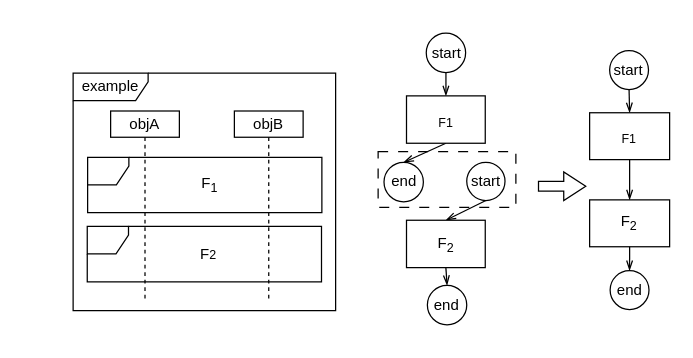
The draw.io diagram seq.drawio in ShiYufei0708/draw, before the edit. Source tidied: cells renumbered, new cells numbered last; positions are measured from the earlier drawing's top-left corner, leaving out a move shared by most shapes. Both pictures are drawn from the tidied source at 125%, with x=0, y=0 at pixel (72, 32).
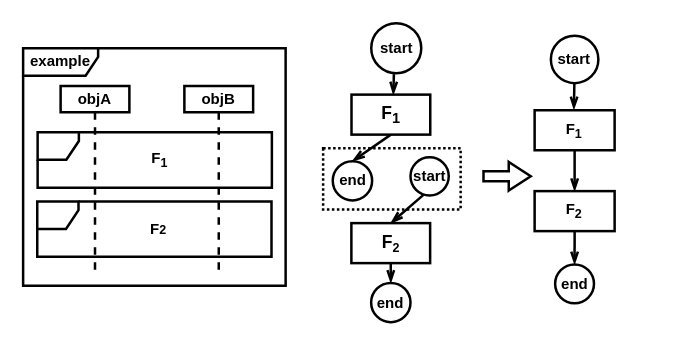
After the change.

Change to the diagram source:
```diff
@@
-    <mxCell id="2" style="html=1;shadow=0;dashed=0;align=center;verticalAlign=middle;shape=mxgraph.arrows2.arrow;dy=0.66;dx=17.61;notch=0;" parent="1" vertex="1">
-      <mxGeometry x="372.3" y="111" width="37.8" height="23" as="geometry" />
+    <mxCell id="2" style="html=1;shadow=0;dashed=0;align=center;verticalAlign=middle;shape=mxgraph.arrows2.arrow;dy=0.66;dx=17.61;notch=0;fontStyle=1;strokeWidth=2;" parent="1" vertex="1">
+      <mxGeometry x="328.3" y="103" width="37.8" height="23" as="geometry" />
     </mxCell>
-    <mxCell id="3" style="group;" parent="1" vertex="1">
-      <mxGeometry y="32" width="210" height="190" as="geometry" />
+    <mxCell id="3" style="group;fontStyle=1;strokeWidth=2;" parent="1" vertex="1">
+      <mxGeometry x="-40" y="12" width="210" height="190" as="geometry" />
     </mxCell>
-    <mxCell id="4" value="objA" style="shape=umlLifeline;perimeter=lifelinePerimeter;whiteSpace=wrap;html=1;newEdgeStyle={&quot;curved&quot;:0,&quot;rounded&quot;:0};size=21;" parent="3" vertex="1">
+    <mxCell id="4" value="objA" style="shape=umlLifeline;perimeter=lifelinePerimeter;whiteSpace=wrap;html=1;newEdgeStyle={&quot;curved&quot;:0,&quot;rounded&quot;:0};size=21;fontStyle=1;strokeWidth=2;" parent="3" vertex="1">
       <mxGeometry x="30" y="30.3" width="55" height="150" as="geometry" />
     </mxCell>
-    <mxCell id="5" style="shape=umlFrame;whiteSpace=wrap;html=1;width=33;height=22;" parent="3" vertex="1">
+    <mxCell id="5" style="shape=umlFrame;whiteSpace=wrap;html=1;width=33;height=22;fontStyle=1;strokeWidth=2;" parent="3" vertex="1">
       <mxGeometry x="11.6" y="67.3" width="187.4" height="44.3" as="geometry" />
     </mxCell>
-    <mxCell id="6" value="example" style="shape=umlFrame;whiteSpace=wrap;html=1;width=60;height=22;" parent="3" vertex="1">
+    <mxCell id="6" value="example" style="shape=umlFrame;whiteSpace=wrap;html=1;width=60;height=22;fontStyle=1;strokeWidth=2;" parent="3" vertex="1">
       <mxGeometry width="210" height="190" as="geometry" />
     </mxCell>
-    <mxCell id="7" value="F&lt;sub&gt;1&lt;/sub&gt;" style="text;html=1;align=center;verticalAlign=middle;strokeColor=none;fillColor=none;" parent="3" vertex="1">
+    <mxCell id="7" value="&lt;span&gt;F&lt;sub&gt;1&lt;/sub&gt;&lt;/span&gt;" style="text;html=1;align=center;verticalAlign=middle;strokeColor=none;fillColor=none;fontStyle=1;strokeWidth=2;" parent="3" vertex="1">
       <mxGeometry x="93" y="74.9" width="31" height="29" as="geometry" />
     </mxCell>
-    <mxCell id="8" value="objB" style="shape=umlLifeline;perimeter=lifelinePerimeter;whiteSpace=wrap;html=1;newEdgeStyle={&quot;curved&quot;:0,&quot;rounded&quot;:0};size=21;" parent="3" vertex="1">
+    <mxCell id="8" value="objB" style="shape=umlLifeline;perimeter=lifelinePerimeter;whiteSpace=wrap;html=1;newEdgeStyle={&quot;curved&quot;:0,&quot;rounded&quot;:0};size=21;fontStyle=1;strokeWidth=2;" parent="3" vertex="1">
       <mxGeometry x="129" y="30.3" width="55" height="150.9" as="geometry" />
     </mxCell>
-    <mxCell id="9" style="shape=umlFrame;whiteSpace=wrap;html=1;width=33;height=22;" parent="3" vertex="1">
+    <mxCell id="9" style="shape=umlFrame;whiteSpace=wrap;html=1;width=33;height=22;fontStyle=1;strokeWidth=2;" parent="3" vertex="1">
       <mxGeometry x="11.3" y="122.6" width="187.4" height="44.3" as="geometry" />
     </mxCell>
-    <mxCell id="10" value="F&lt;span style=&quot;font-size: 10px;&quot;&gt;2&lt;/span&gt;" style="text;html=1;align=center;verticalAlign=middle;strokeColor=none;fillColor=none;" parent="3" vertex="1">
+    <mxCell id="10" value="&lt;span&gt;F&lt;span style=&quot;font-size: 10px;&quot;&gt;2&lt;/span&gt;&lt;/span&gt;" style="text;html=1;align=center;verticalAlign=middle;strokeColor=none;fillColor=none;fontStyle=1;strokeWidth=2;" parent="3" vertex="1">
       <mxGeometry x="92.7" y="132.2" width="31" height="26" as="geometry" />
     </mxCell>
-    <mxCell id="11" style="group;" parent="1" vertex="1">
-      <mxGeometry x="244" width="110.2" height="235" as="geometry" />
+    <mxCell id="11" style="group;fontStyle=1;strokeWidth=2;dashed=1;" parent="1" vertex="1">
+      <mxGeometry x="200" y="-8" width="110.2" height="235" as="geometry" />
     </mxCell>
-    <mxCell id="12" style="rounded=0;whiteSpace=wrap;html=1;dashed=1;dashPattern=8 8;" parent="11" vertex="1">
-      <mxGeometry y="94.8" width="110.2" height="44.5" as="geometry" />
+    <mxCell id="12" style="rounded=0;whiteSpace=wrap;html=1;dashed=1;dashPattern=1 1;fontStyle=1;strokeWidth=2;" parent="11" vertex="1">
+      <mxGeometry y="100" width="110" height="49" as="geometry" />
     </mxCell>
-    <mxCell id="13" style="rounded=0;jettySize=auto;html=1;exitX=0.5;exitY=1;exitDx=0;exitDy=0;endArrow=openThin;endFill=0;" parent="11" edge="1" source="15" target="18">
+    <mxCell id="13" style="rounded=0;jettySize=auto;html=1;exitX=0.453;exitY=1.02;exitDx=0;exitDy=0;endArrow=openThin;endFill=0;fontStyle=1;strokeWidth=2;exitPerimeter=0;entryX=0.531;entryY=-0.004;entryDx=0;entryDy=0;entryPerimeter=0;" parent="11" edge="1" source="15" target="18">
       <mxGeometry relative="1" as="geometry" />
     </mxCell>
-    <mxCell id="14" style="rounded=0;jettySize=auto;html=1;exitX=0.5;exitY=1;exitDx=0;exitDy=0;entryX=0.5;entryY=0;entryDx=0;entryDy=0;endArrow=openThin;endFill=0;" parent="11" edge="1" source="21" target="19">
+    <mxCell id="14" style="rounded=0;jettySize=auto;html=1;exitX=0.339;exitY=0.983;exitDx=0;exitDy=0;entryX=0.5;entryY=0;entryDx=0;entryDy=0;endArrow=openThin;endFill=0;fontStyle=1;strokeWidth=2;exitPerimeter=0;" parent="11" edge="1" source="21" target="19">
       <mxGeometry relative="1" as="geometry" />
     </mxCell>
-    <mxCell id="15" value="start" style="ellipse;whiteSpace=wrap;html=1;" parent="11" vertex="1">
-      <mxGeometry x="38.5" width="31.5" height="31.5" as="geometry" />
+    <mxCell id="15" value="start" style="ellipse;whiteSpace=wrap;html=1;fontStyle=1;strokeWidth=2;" parent="11" vertex="1">
+      <mxGeometry x="38.5" width="40" height="40" as="geometry" />
     </mxCell>
-    <mxCell id="16" value="end" style="ellipse;whiteSpace=wrap;html=1;" parent="11" vertex="1">
-      <mxGeometry x="4.7" y="103.4" width="31.5" height="31.5" as="geometry" />
+    <mxCell id="16" value="end" style="ellipse;whiteSpace=wrap;html=1;fontStyle=1;strokeWidth=2;" parent="11" vertex="1">
+      <mxGeometry x="7.7" y="110.4" width="31.5" height="31.5" as="geometry" />
     </mxCell>
-    <mxCell id="17" style="rounded=0;jettySize=auto;html=1;exitX=0.5;exitY=1;exitDx=0;exitDy=0;entryX=0.5;entryY=0;entryDx=0;entryDy=0;endArrow=openThin;endFill=0;" parent="11" edge="1" source="18" target="16">
+    <mxCell id="17" style="rounded=0;jettySize=auto;html=1;exitX=0.5;exitY=1;exitDx=0;exitDy=0;entryX=0.5;entryY=0;entryDx=0;entryDy=0;endArrow=openThin;endFill=0;fontStyle=1;strokeWidth=2;" parent="11" edge="1" source="18" target="16">
       <mxGeometry relative="1" as="geometry" />
     </mxCell>
-    <mxCell id="18" value="&lt;sub&gt;F1&lt;/sub&gt;" style="rounded=0;whiteSpace=wrap;html=1;" parent="11" vertex="1">
-      <mxGeometry x="22.7" y="50.2" width="63" height="37.9" as="geometry" />
+    <mxCell id="18" value="&lt;font style=&quot;font-size: 14px;&quot;&gt;F&lt;sub&gt;1&lt;/sub&gt;&lt;/font&gt;" style="rounded=0;whiteSpace=wrap;html=1;fontStyle=1;strokeWidth=2;" parent="11" vertex="1">
+      <mxGeometry x="22.7" y="57.2" width="63" height="32" as="geometry" />
     </mxCell>
-    <mxCell id="19" value="F&lt;sub&gt;2&lt;/sub&gt;" style="rounded=0;whiteSpace=wrap;html=1;" parent="11" vertex="1">
-      <mxGeometry x="22.7" y="149.7" width="63" height="37.9" as="geometry" />
+    <mxCell id="19" value="&lt;font style=&quot;font-size: 14px;&quot;&gt;F&lt;/font&gt;&lt;sub&gt;2&lt;/sub&gt;" style="rounded=0;whiteSpace=wrap;html=1;fontStyle=1;strokeWidth=2;" parent="11" vertex="1">
+      <mxGeometry x="22.6" y="160" width="63" height="32" as="geometry" />
     </mxCell>
-    <mxCell id="20" style="rounded=0;jettySize=auto;html=1;exitX=0.5;exitY=1;exitDx=0;exitDy=0;entryX=0.5;entryY=0;entryDx=0;entryDy=0;endArrow=openThin;endFill=0;" parent="11" edge="1" source="19" target="22">
+    <mxCell id="20" style="rounded=0;jettySize=auto;html=1;exitX=0.5;exitY=1;exitDx=0;exitDy=0;entryX=0.5;entryY=0;entryDx=0;entryDy=0;endArrow=openThin;endFill=0;fontStyle=1;strokeWidth=2;" parent="11" edge="1" source="19" target="22">
       <mxGeometry relative="1" as="geometry" />
     </mxCell>
-    <mxCell id="21" value="start" style="ellipse;whiteSpace=wrap;html=1;" parent="11" vertex="1">
-      <mxGeometry x="70.9" y="103.3" width="30.6" height="30.6" as="geometry" />
+    <mxCell id="21" value="start" style="ellipse;whiteSpace=wrap;html=1;fontStyle=1;strokeWidth=2;" parent="11" vertex="1">
+      <mxGeometry x="69.9" y="107.3" width="30.6" height="30.6" as="geometry" />
     </mxCell>
-    <mxCell id="22" value="end" style="ellipse;whiteSpace=wrap;html=1;" parent="11" vertex="1">
-      <mxGeometry x="39.4" y="201.8" width="31.5" height="31.5" as="geometry" />
+    <mxCell id="22" value="end" style="ellipse;whiteSpace=wrap;html=1;fontStyle=1;strokeWidth=2;" parent="11" vertex="1">
+      <mxGeometry x="38.4" y="207.8" width="31.5" height="31.5" as="geometry" />
     </mxCell>
-    <mxCell id="23" style="group;" parent="1" vertex="1">
-      <mxGeometry x="413.2" width="64" height="242" as="geometry" />
+    <mxCell id="23" style="group;fontStyle=1;strokeWidth=2;" parent="1" vertex="1">
+      <mxGeometry x="369.2" y="-7" width="64" height="242" as="geometry" />
     </mxCell>
-    <mxCell id="24" style="rounded=0;jettySize=auto;html=1;exitX=0.5;exitY=1;exitDx=0;exitDy=0;entryX=0.5;entryY=0;entryDx=0;entryDy=0;endArrow=openThin;endFill=0;" parent="23" edge="1" source="25" target="27">
-      <mxGeometry relative="1" as="geometry" />
+    <mxCell id="24" style="rounded=0;orthogonalLoop=1;jettySize=auto;html=1;endArrow=openThin;endFill=0;entryX=0.491;entryY=-0.005;entryDx=0;entryDy=0;entryPerimeter=0;fontStyle=1;strokeWidth=2;endSize=6;" parent="23" edge="1">
+      <mxGeometry relative="1" as="geometry">
+        <mxPoint x="31.8" y="47" as="sourcePoint" />
+        <mxPoint x="31.4" y="68" as="targetPoint" />
+      </mxGeometry>
     </mxCell>
-    <mxCell id="25" value="start" style="ellipse;whiteSpace=wrap;html=1;" parent="23" vertex="1">
-      <mxGeometry x="16" y="14" width="31.1" height="31.1" as="geometry" />
+    <mxCell id="25" value="start" style="ellipse;whiteSpace=wrap;html=1;fontStyle=1;strokeWidth=2;" parent="23" vertex="1">
+      <mxGeometry x="13" y="9" width="38" height="38" as="geometry" />
     </mxCell>
-    <mxCell id="26" style="rounded=0;jettySize=auto;html=1;entryX=0.5;entryY=0;entryDx=0;entryDy=0;endArrow=openThin;endFill=0;" parent="23" edge="1" source="27" target="28">
+    <mxCell id="26" style="rounded=0;jettySize=auto;html=1;entryX=0.5;entryY=0;entryDx=0;entryDy=0;endArrow=openThin;endFill=0;fontStyle=1;strokeWidth=2;" parent="23" edge="1" source="27" target="28">
       <mxGeometry relative="1" as="geometry" />
     </mxCell>
-    <mxCell id="27" value="&lt;sub&gt;F1&lt;/sub&gt;" style="rounded=0;whiteSpace=wrap;html=1;" parent="23" vertex="1">
-      <mxGeometry y="63.7" width="64" height="37.5" as="geometry" />
+    <mxCell id="27" value="&lt;span style=&quot;&quot;&gt;F&lt;sub&gt;1&lt;/sub&gt;&lt;/span&gt;" style="rounded=0;whiteSpace=wrap;html=1;fontStyle=1;strokeWidth=2;align=center;" parent="23" vertex="1">
+      <mxGeometry y="68.7" width="64" height="32" as="geometry" />
     </mxCell>
-    <mxCell id="28" value="F&lt;sub&gt;2&lt;/sub&gt;" style="rounded=0;whiteSpace=wrap;html=1;" parent="23" vertex="1">
-      <mxGeometry y="133.4" width="64" height="37.5" as="geometry" />
+    <mxCell id="28" value="F&lt;sub&gt;2&lt;/sub&gt;" style="rounded=0;whiteSpace=wrap;html=1;fontStyle=1;strokeWidth=2;" parent="23" vertex="1">
+      <mxGeometry y="133.4" width="64" height="32" as="geometry" />
     </mxCell>
-    <mxCell id="29" style="rounded=0;jettySize=auto;html=1;exitX=0.5;exitY=1;exitDx=0;exitDy=0;entryX=0.5;entryY=0;entryDx=0;entryDy=0;endArrow=openThin;endFill=0;" parent="23" edge="1" source="28" target="30">
+    <mxCell id="29" style="rounded=0;jettySize=auto;html=1;exitX=0.5;exitY=1;exitDx=0;exitDy=0;entryX=0.5;entryY=0;entryDx=0;entryDy=0;endArrow=openThin;endFill=0;fontStyle=1;strokeWidth=2;" parent="23" edge="1" source="28" target="30">
       <mxGeometry relative="1" as="geometry" />
     </mxCell>
-    <mxCell id="30" value="end" style="ellipse;whiteSpace=wrap;html=1;" parent="23" vertex="1">
-      <mxGeometry x="16.4" y="190" width="31.1" height="31.1" as="geometry" />
+    <mxCell id="30" value="end" style="ellipse;whiteSpace=wrap;html=1;fontStyle=1;strokeWidth=2;" parent="23" vertex="1">
+      <mxGeometry x="16.4" y="192" width="31.1" height="31.1" as="geometry" />
     </mxCell>
```
